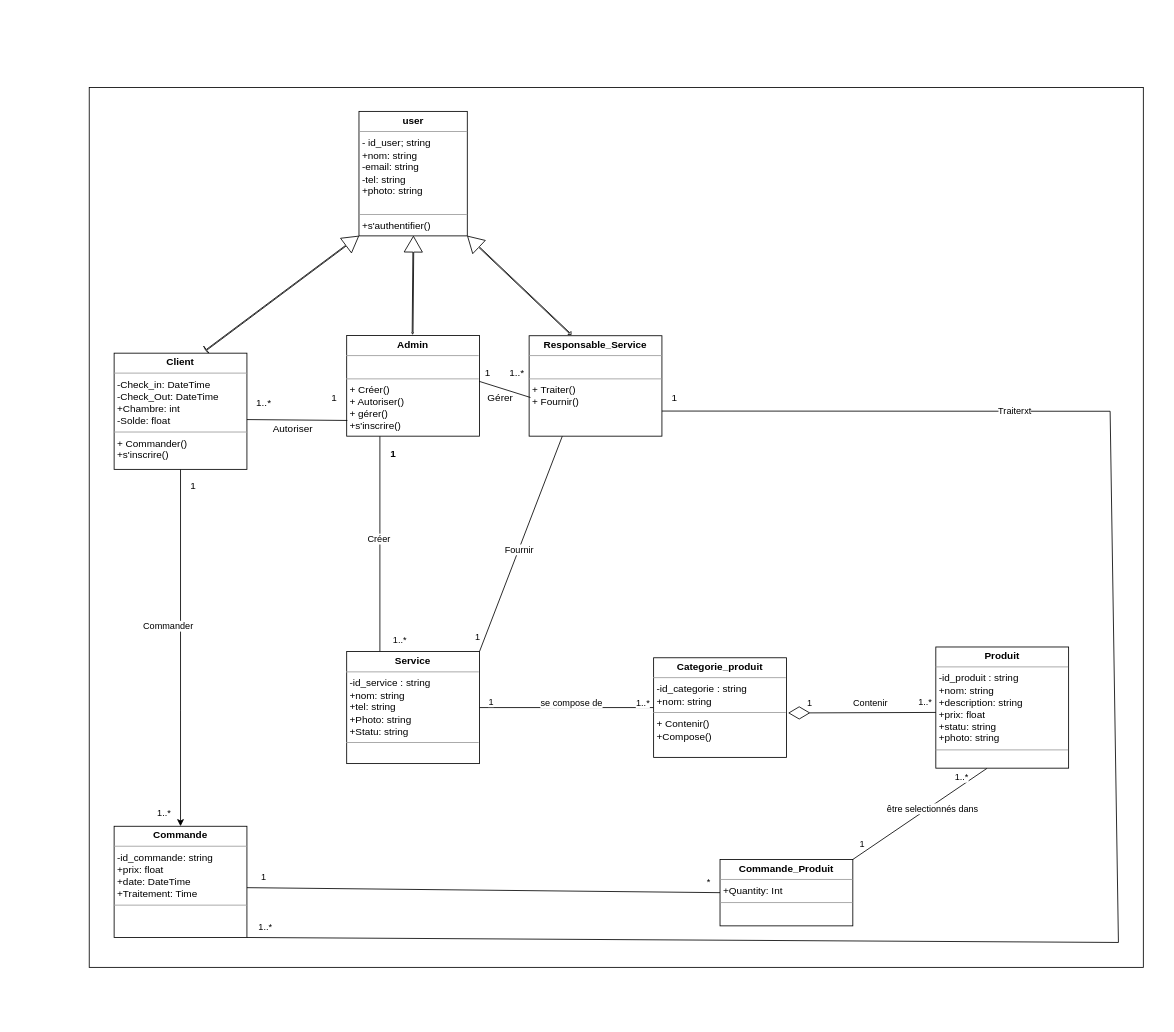
Above: page "Class" (1 of 2) of Use case drawio v2.drawio in labidimahdi/diagrams (draw.io), before the change. Source tidied: cells renumbered, new cells numbered last; positions are measured from the earlier drawing's top-left corner, leaving out a move shared by most shapes. Both pictures are drawn from the tidied source at 83%, with x=0, y=0 at pixel (89, 87).
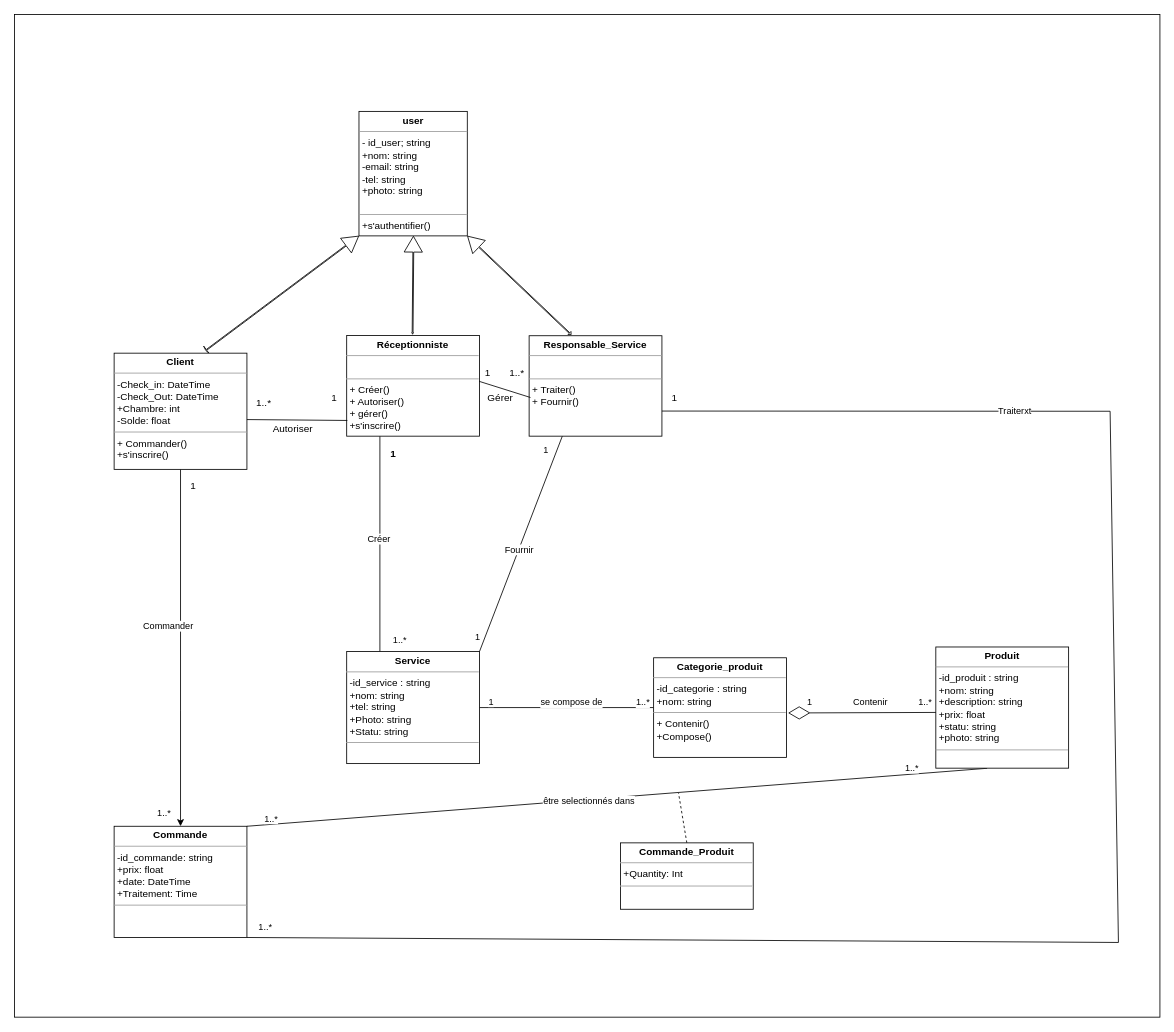
Above is the later version.

Commit message:
Mettre à jour Use case drawio v2.drawio

Unchanged cells that the change refers to:
```xml
<mxCell id="21" style="rounded=0;jettySize=auto;html=1;exitX=0.25;exitY=1;exitDx=0;exitDy=0;endArrow=none;endFill=0;entryX=1;entryY=0;entryDx=0;entryDy=0;" parent="1" edge="1" source="24" target="20">
  <mxGeometry relative="1" as="geometry" />
</mxCell>
<mxCell id="38" value="&lt;p style=&quot;margin:0px;margin-top:4px;text-align:center;&quot;&gt;&lt;b&gt;Produit&lt;/b&gt;&lt;/p&gt;&lt;hr size=&quot;1&quot;&gt;&lt;p style=&quot;margin:0px;margin-left:4px;&quot;&gt;-id_produit : string&lt;/p&gt;&lt;p style=&quot;margin:0px;margin-left:4px;&quot;&gt;&lt;span style=&quot;background-color: initial;&quot;&gt;+nom: string&lt;/span&gt;&lt;/p&gt;&lt;p style=&quot;margin:0px;margin-left:4px;&quot;&gt;+description: string&lt;/p&gt;&lt;p style=&quot;margin:0px;margin-left:4px;&quot;&gt;+prix: float&lt;/p&gt;&lt;p style=&quot;margin:0px;margin-left:4px;&quot;&gt;+statu: string&lt;/p&gt;&lt;p style=&quot;margin:0px;margin-left:4px;&quot;&gt;+photo: string&lt;/p&gt;&lt;hr size=&quot;1&quot;&gt;&lt;p style=&quot;margin:0px;margin-left:4px;&quot;&gt;&lt;br&gt;&lt;/p&gt;" style="verticalAlign=top;align=left;overflow=fill;fontSize=12;fontFamily=Helvetica;html=1;whiteSpace=wrap;" parent="1" vertex="1">
  <mxGeometry x="1020" y="674" width="160" height="146" as="geometry" />
</mxCell>
<mxCell id="40" value="&lt;p style=&quot;margin:0px;margin-top:4px;text-align:center;&quot;&gt;&lt;b&gt;Commande&lt;/b&gt;&lt;/p&gt;&lt;hr size=&quot;1&quot;&gt;&lt;p style=&quot;margin:0px;margin-left:4px;&quot;&gt;&lt;span style=&quot;background-color: initial;&quot;&gt;-id_commande: string&lt;/span&gt;&lt;/p&gt;&lt;p style=&quot;margin:0px;margin-left:4px;&quot;&gt;&lt;span style=&quot;background-color: initial;&quot;&gt;+prix: float&lt;/span&gt;&lt;/p&gt;&lt;p style=&quot;margin:0px;margin-left:4px;&quot;&gt;+date: DateTime&lt;/p&gt;&lt;p style=&quot;margin:0px;margin-left:4px;&quot;&gt;+Traitement: Time&lt;/p&gt;&lt;hr size=&quot;1&quot;&gt;&lt;p style=&quot;margin:0px;margin-left:4px;&quot;&gt;&lt;br&gt;&lt;/p&gt;" style="verticalAlign=top;align=left;overflow=fill;fontSize=12;fontFamily=Helvetica;html=1;whiteSpace=wrap;" parent="1" vertex="1">
  <mxGeometry x="30" y="890" width="160" height="134" as="geometry" />
</mxCell>
```

Change to the diagram source:
```diff
@@
     <mxCell id="2" style="rounded=0;whiteSpace=wrap;html=1;" parent="1" vertex="1">
-      <mxGeometry width="1270" height="1060" as="geometry" />
+      <mxGeometry x="-90" y="-88" width="1380" height="1208" as="geometry" />
     </mxCell>
@@
-    <mxCell id="4" style="endArrow=none;html=1;rounded=0;exitX=0.997;exitY=0.552;exitDx=0;exitDy=0;exitPerimeter=0;entryX=0;entryY=0.5;entryDx=0;entryDy=0;" parent="1" edge="1" source="40" target="39">
-      <mxGeometry relative="1" as="geometry" />
-    </mxCell>
-    <mxCell id="5" value="*" style="edgeLabel;html=1;align=center;verticalAlign=middle;" parent="4" vertex="1">
-      <mxGeometry x="0.95" y="2" relative="1" as="geometry">
-        <mxPoint y="-11" as="offset" />
-      </mxGeometry>
-    </mxCell>
-    <mxCell id="6" value="1" style="edgeLabel;html=1;align=center;verticalAlign=middle;" parent="4" vertex="1">
-      <mxGeometry x="-0.93" y="2" relative="1" as="geometry">
-        <mxPoint y="-12" as="offset" />
-      </mxGeometry>
-    </mxCell>
@@
-    <mxCell id="8" style="endArrow=none;html=1;rounded=0;exitX=1;exitY=0;exitDx=0;exitDy=0;entryX=0.386;entryY=1.001;entryDx=0;entryDy=0;entryPerimeter=0;" parent="1" edge="1" source="39" target="38">
+    <mxCell id="8" style="endArrow=none;html=1;rounded=0;entryX=0.386;entryY=1.001;entryDx=0;entryDy=0;entryPerimeter=0;exitX=1;exitY=0;exitDx=0;exitDy=0;" parent="1" edge="1" source="40" target="38">
       <mxGeometry relative="1" as="geometry" />
     </mxCell>
     <mxCell id="9" value="être selectionnés dans" style="edgeLabel;html=1;align=center;verticalAlign=middle;" parent="8" vertex="1">
       <mxGeometry x="0.16" y="-2" relative="1" as="geometry">
-        <mxPoint x="1" as="offset" />
+        <mxPoint x="-106" y="8" as="offset" />
       </mxGeometry>
     </mxCell>
-    <mxCell id="10" value="1" style="edgeLabel;html=1;align=center;verticalAlign=middle;" parent="8" vertex="1">
+    <mxCell id="10" value="1..*" style="edgeLabel;html=1;align=center;verticalAlign=middle;" parent="8" vertex="1">
       <mxGeometry x="-0.81" y="1" relative="1" as="geometry">
-        <mxPoint x="-5" y="-7" as="offset" />
+        <mxPoint x="-56" y="-2" as="offset" />
       </mxGeometry>
     </mxCell>
     <mxCell id="11" value="1..*" style="edgeLabel;html=1;align=center;verticalAlign=middle;" parent="8" vertex="1">
       <mxGeometry x="0.81" y="-3" relative="1" as="geometry">
-        <mxPoint x="-18" y="-3" as="offset" />
+        <mxPoint x="-7" y="-10" as="offset" />
       </mxGeometry>
     </mxCell>
@@
-    <mxCell id="15" value="&lt;p style=&quot;margin:0px;margin-top:4px;text-align:center;&quot;&gt;&lt;b&gt;Admin&lt;/b&gt;&lt;/p&gt;&lt;hr size=&quot;1&quot;&gt;&lt;p style=&quot;margin:0px;margin-left:4px;&quot;&gt;&lt;br&gt;&lt;/p&gt;&lt;hr size=&quot;1&quot;&gt;&lt;p style=&quot;margin:0px;margin-left:4px;&quot;&gt;+ Créer()&lt;/p&gt;&lt;p style=&quot;margin:0px;margin-left:4px;&quot;&gt;+ Autoriser()&lt;/p&gt;&lt;p style=&quot;margin:0px;margin-left:4px;&quot;&gt;+ gérer()&lt;/p&gt;&lt;p style=&quot;margin:0px;margin-left:4px;&quot;&gt;+s'inscrire()&lt;/p&gt;" style="verticalAlign=top;align=left;overflow=fill;fontSize=12;fontFamily=Helvetica;html=1;whiteSpace=wrap;" parent="1" vertex="1">
+    <mxCell id="15" value="&lt;p style=&quot;margin:0px;margin-top:4px;text-align:center;&quot;&gt;&lt;b&gt;Réceptionniste&lt;/b&gt;&lt;/p&gt;&lt;hr size=&quot;1&quot;&gt;&lt;p style=&quot;margin:0px;margin-left:4px;&quot;&gt;&lt;br&gt;&lt;/p&gt;&lt;hr size=&quot;1&quot;&gt;&lt;p style=&quot;margin:0px;margin-left:4px;&quot;&gt;+ Créer()&lt;/p&gt;&lt;p style=&quot;margin:0px;margin-left:4px;&quot;&gt;+ Autoriser()&lt;/p&gt;&lt;p style=&quot;margin:0px;margin-left:4px;&quot;&gt;+ gérer()&lt;/p&gt;&lt;p style=&quot;margin:0px;margin-left:4px;&quot;&gt;+s'inscrire()&lt;/p&gt;" style="verticalAlign=top;align=left;overflow=fill;fontSize=12;fontFamily=Helvetica;html=1;whiteSpace=wrap;" parent="1" vertex="1">
       <mxGeometry x="310.2" y="298.7" width="160" height="121.3" as="geometry" />
     </mxCell>
@@
+    <mxCell id="6" value="1" style="edgeLabel;html=1;align=center;verticalAlign=middle;" parent="21" vertex="1">
+      <mxGeometry x="-0.87" relative="1" as="geometry">
+        <mxPoint x="-14" as="offset" />
+      </mxGeometry>
+    </mxCell>
@@
+    <mxCell id="54" style="rounded=0;jettySize=auto;html=1;exitX=0.5;exitY=0;exitDx=0;exitDy=0;dashed=1;endArrow=none;endFill=0;" parent="1" edge="1" source="39">
+      <mxGeometry relative="1" as="geometry">
+        <mxPoint x="710" y="850" as="targetPoint" />
+      </mxGeometry>
+    </mxCell>
     <mxCell id="39" value="&lt;p style=&quot;margin:0px;margin-top:4px;text-align:center;&quot;&gt;&lt;b&gt;Commande_Produit&lt;/b&gt;&lt;/p&gt;&lt;hr size=&quot;1&quot;&gt;&lt;p style=&quot;margin:0px;margin-left:4px;&quot;&gt;&lt;span style=&quot;background-color: initial;&quot;&gt;+Quantity: Int&lt;/span&gt;&lt;/p&gt;&lt;hr size=&quot;1&quot;&gt;&lt;p style=&quot;margin:0px;margin-left:4px;&quot;&gt;&lt;br&gt;&lt;/p&gt;" style="verticalAlign=top;align=left;overflow=fill;fontSize=12;fontFamily=Helvetica;html=1;whiteSpace=wrap;" parent="1" vertex="1">
-      <mxGeometry x="760" y="930" width="160" height="80" as="geometry" />
+      <mxGeometry x="640" y="910" width="160" height="80" as="geometry" />
     </mxCell>
```
